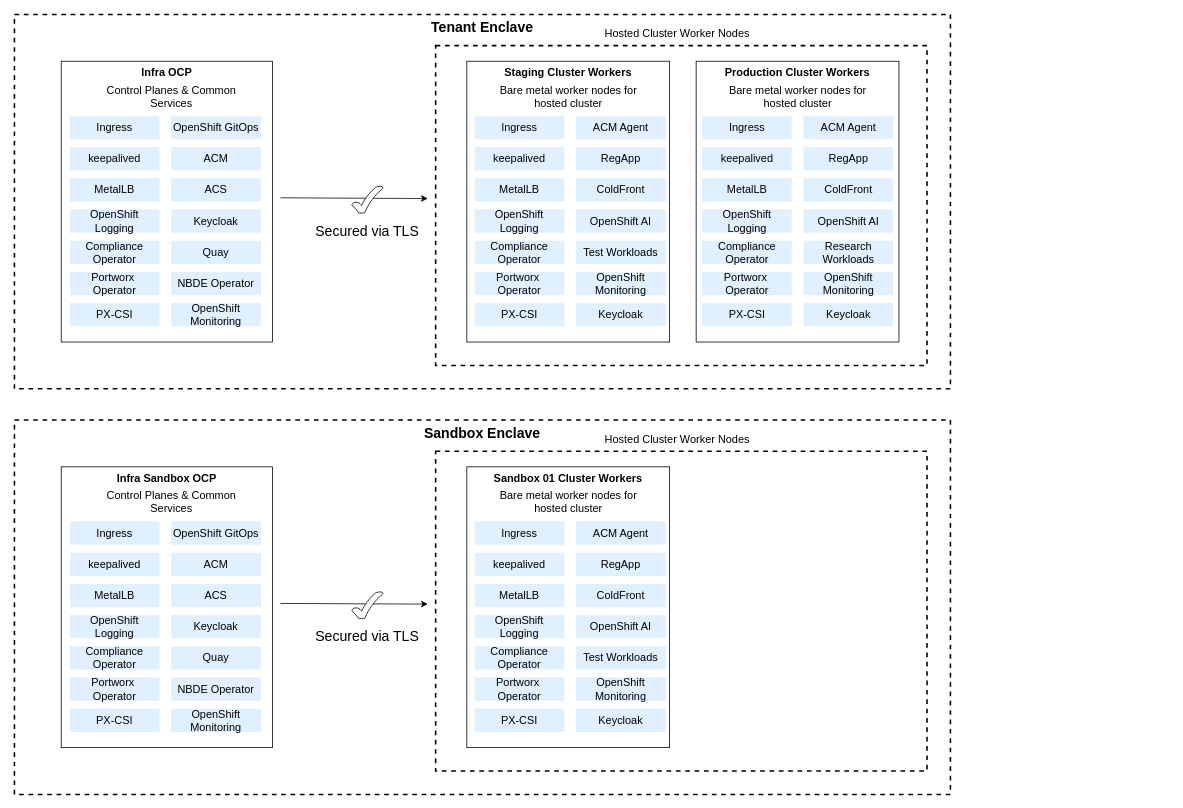
Earlier version of the draw.io diagram page "HCP_Logical_Deployment_Diagram" (1 of 6) of diagrams/architecture-diagrams.drawio (CCI-MOC/ai-ivp). Source tidied: cells renumbered, new cells numbered last; positions are measured from the earlier drawing's top-left corner, leaving out a move shared by most shapes. Both pictures are drawn from the tidied source at 78%, with x=0, y=0 at pixel (14, 14).
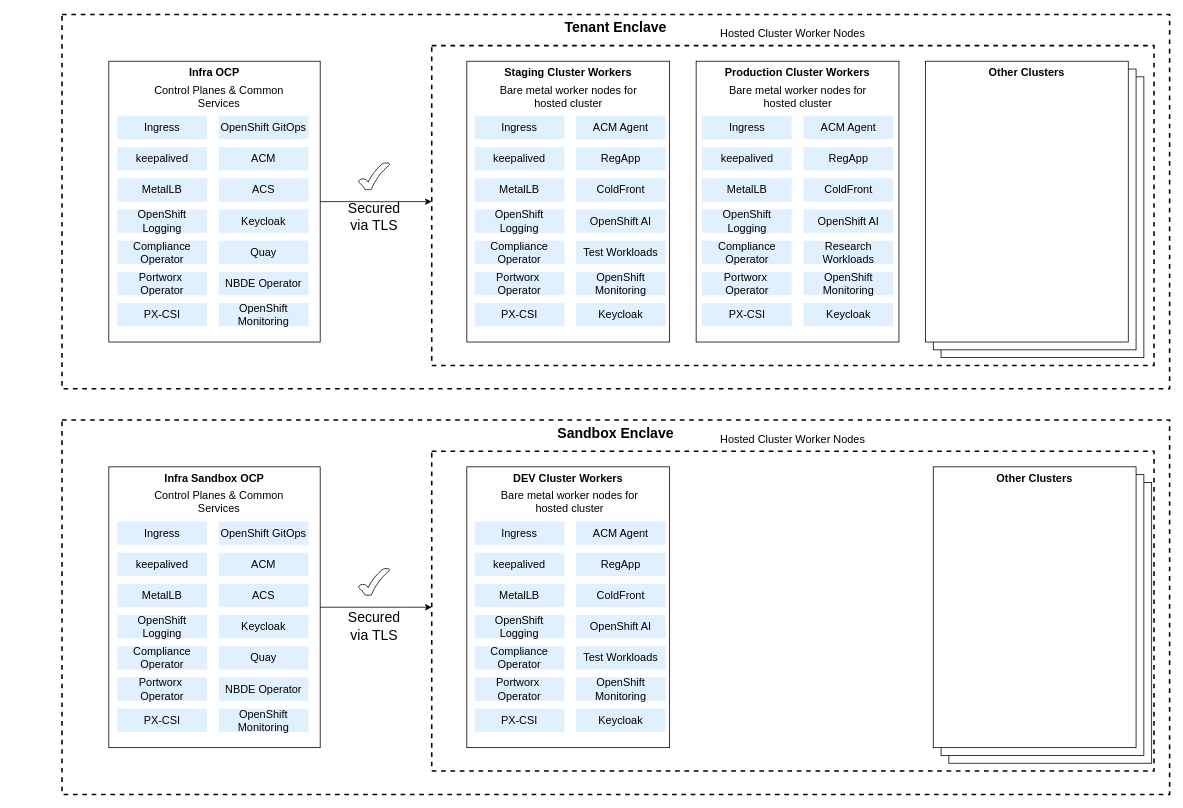
The same page after the edit.

What changed in the source:
```diff
@@
+    <mxCell id="56" value="&lt;b&gt;&lt;font style=&quot;font-size: 18px;&quot;&gt;Sandbox Enclave&lt;/font&gt;&lt;/b&gt;" style="rounded=0;whiteSpace=wrap;html=1;strokeWidth=2;strokeColor=default;dashed=1;fillColor=none;fontSize=14;horizontal=1;verticalAlign=top;" parent="1" vertex="1">
+      <mxGeometry x="61" y="520" width="1420" height="480" as="geometry" />
+    </mxCell>
+    <mxCell id="58" style="rounded=0;whiteSpace=wrap;html=1;strokeWidth=2;strokeColor=default;dashed=1;fillColor=none;fontSize=14;" parent="1" vertex="1">
+      <mxGeometry x="535" y="560" width="926" height="410" as="geometry" />
+    </mxCell>
     <mxCell id="2" value="&lt;b&gt;&lt;font style=&quot;font-size: 18px;&quot;&gt;Tenant Enclave&lt;/font&gt;&lt;/b&gt;" style="rounded=0;whiteSpace=wrap;html=1;strokeWidth=2;strokeColor=default;dashed=1;fillColor=none;fontSize=14;horizontal=1;verticalAlign=top;" parent="1" vertex="1">
-      <mxGeometry width="1200" height="480" as="geometry" />
+      <mxGeometry x="61" width="1420" height="480" as="geometry" />
     </mxCell>
+    <mxCell id="4" style="rounded=0;whiteSpace=wrap;html=1;strokeWidth=2;strokeColor=default;dashed=1;fillColor=none;fontSize=14;" parent="1" vertex="1">
+      <mxGeometry x="535" y="40" width="926" height="410" as="geometry" />
+    </mxCell>
+    <mxCell id="94" style="rounded=0;whiteSpace=wrap;html=1;fontSize=14;horizontal=1;verticalAlign=top;" parent="1" vertex="1">
+      <mxGeometry x="1188" y="80" width="260" height="360" as="geometry" />
+    </mxCell>
+    <mxCell id="95" style="rounded=0;whiteSpace=wrap;html=1;fontSize=14;horizontal=1;verticalAlign=top;" parent="1" vertex="1">
+      <mxGeometry x="1198" y="600" width="260" height="360" as="geometry" />
+    </mxCell>
+    <mxCell id="96" style="rounded=0;whiteSpace=wrap;html=1;fontSize=14;horizontal=1;verticalAlign=top;" parent="1" vertex="1">
+      <mxGeometry x="1188" y="590" width="260" height="360" as="geometry" />
+    </mxCell>
     <mxCell id="3" value="&lt;b&gt;Infra OCP&lt;/b&gt;" style="rounded=0;whiteSpace=wrap;html=1;fontSize=14;horizontal=1;verticalAlign=top;" parent="1" vertex="1">
-      <mxGeometry x="60" y="60" width="271" height="360" as="geometry" />
+      <mxGeometry x="121" y="60" width="271" height="360" as="geometry" />
     </mxCell>
-    <mxCell id="4" style="rounded=0;whiteSpace=wrap;html=1;strokeWidth=2;strokeColor=default;dashed=1;fillColor=none;fontSize=14;" parent="1" vertex="1">
-      <mxGeometry x="540" y="40" width="630" height="410" as="geometry" />
-    </mxCell>
     <mxCell id="5" value="Ingress" style="rounded=0;whiteSpace=wrap;html=1;strokeColor=none;fillColor=#e0f0ff;fontSize=14;" parent="1" vertex="1">
-      <mxGeometry x="71" y="130" width="115" height="30" as="geometry" />
+      <mxGeometry x="132" y="130" width="115" height="30" as="geometry" />
     </mxCell>
     <mxCell id="6" value="keepalived" style="rounded=0;whiteSpace=wrap;html=1;strokeColor=none;fillColor=#e0f0ff;fontSize=14;" parent="1" vertex="1">
-      <mxGeometry x="71" y="170" width="115" height="30" as="geometry" />
+      <mxGeometry x="132" y="170" width="115" height="30" as="geometry" />
     </mxCell>
     <mxCell id="7" value="MetalLB" style="rounded=0;whiteSpace=wrap;html=1;strokeColor=none;fillColor=#e0f0ff;fontSize=14;" parent="1" vertex="1">
-      <mxGeometry x="71" y="210" width="115" height="30" as="geometry" />
+      <mxGeometry x="132" y="210" width="115" height="30" as="geometry" />
     </mxCell>
     <mxCell id="8" value="OpenShift Logging" style="rounded=0;whiteSpace=wrap;html=1;strokeColor=none;fillColor=#e0f0ff;fontSize=14;" parent="1" vertex="1">
-      <mxGeometry x="71" y="250" width="115" height="30" as="geometry" />
+      <mxGeometry x="132" y="250" width="115" height="30" as="geometry" />
     </mxCell>
     <mxCell id="9" value="Compliance Operator" style="rounded=0;whiteSpace=wrap;html=1;strokeColor=none;fillColor=#e0f0ff;fontSize=14;" parent="1" vertex="1">
-      <mxGeometry x="71" y="290" width="115" height="30" as="geometry" />
+      <mxGeometry x="132" y="290" width="115" height="30" as="geometry" />
     </mxCell>
     <mxCell id="10" value="Portworx&amp;nbsp; Operator" style="rounded=0;whiteSpace=wrap;html=1;strokeColor=none;fillColor=#e0f0ff;fontSize=14;" parent="1" vertex="1">
-      <mxGeometry x="71" y="330" width="115" height="30" as="geometry" />
+      <mxGeometry x="132" y="330" width="115" height="30" as="geometry" />
     </mxCell>
     <mxCell id="11" value="PX-CSI" style="rounded=0;whiteSpace=wrap;html=1;strokeColor=none;fillColor=#e0f0ff;fontSize=14;" parent="1" vertex="1">
-      <mxGeometry x="71" y="370" width="115" height="30" as="geometry" />
+      <mxGeometry x="132" y="370" width="115" height="30" as="geometry" />
     </mxCell>
     <mxCell id="12" value="OpenShift GitOps" style="rounded=0;whiteSpace=wrap;html=1;strokeColor=none;fillColor=#e0f0ff;fontSize=14;" parent="1" vertex="1">
-      <mxGeometry x="201" y="130" width="115" height="30" as="geometry" />
+      <mxGeometry x="262" y="130" width="115" height="30" as="geometry" />
     </mxCell>
     <mxCell id="13" value="ACM" style="rounded=0;whiteSpace=wrap;html=1;strokeColor=none;fillColor=#e0f0ff;fontSize=14;" parent="1" vertex="1">
-      <mxGeometry x="201" y="170" width="115" height="30" as="geometry" />
+      <mxGeometry x="262" y="170" width="115" height="30" as="geometry" />
     </mxCell>
     <mxCell id="14" value="ACS" style="rounded=0;whiteSpace=wrap;html=1;strokeColor=none;fillColor=#e0f0ff;fontSize=14;" parent="1" vertex="1">
-      <mxGeometry x="201" y="210" width="115" height="30" as="geometry" />
+      <mxGeometry x="262" y="210" width="115" height="30" as="geometry" />
     </mxCell>
     <mxCell id="15" value="Keycloak" style="rounded=0;whiteSpace=wrap;html=1;strokeColor=none;fillColor=#e0f0ff;fontSize=14;" parent="1" vertex="1">
-      <mxGeometry x="201" y="250" width="115" height="30" as="geometry" />
+      <mxGeometry x="262" y="250" width="115" height="30" as="geometry" />
     </mxCell>
     <mxCell id="16" value="Quay" style="rounded=0;whiteSpace=wrap;html=1;strokeColor=none;fillColor=#e0f0ff;fontSize=14;" parent="1" vertex="1">
-      <mxGeometry x="201" y="290" width="115" height="30" as="geometry" />
+      <mxGeometry x="262" y="290" width="115" height="30" as="geometry" />
     </mxCell>
     <mxCell id="17" value="NBDE Operator" style="rounded=0;whiteSpace=wrap;html=1;strokeColor=none;fillColor=#e0f0ff;fontSize=14;" parent="1" vertex="1">
-      <mxGeometry x="201" y="330" width="115" height="30" as="geometry" />
+      <mxGeometry x="262" y="330" width="115" height="30" as="geometry" />
     </mxCell>
     <mxCell id="18" value="OpenShift Monitoring" style="rounded=0;whiteSpace=wrap;html=1;strokeColor=none;fillColor=#e0f0ff;fontSize=14;" parent="1" vertex="1">
-      <mxGeometry x="201" y="370" width="115" height="30" as="geometry" />
+      <mxGeometry x="262" y="370" width="115" height="30" as="geometry" />
     </mxCell>
@@
-    <mxCell id="47" style="edgeStyle=orthogonalEdgeStyle;rounded=0;orthogonalLoop=1;jettySize=auto;html=1;" parent="1" edge="1">
+    <mxCell id="47" style="edgeStyle=orthogonalEdgeStyle;rounded=0;jettySize=auto;html=1;exitX=1;exitY=0.5;exitDx=0;exitDy=0;" parent="1" edge="1" source="3" target="4">
       <mxGeometry relative="1" as="geometry">
-        <mxPoint x="341" y="235.1" as="sourcePoint" />
-        <mxPoint x="530" y="236" as="targetPoint" />
+        <Array as="points">
+          <mxPoint x="501" y="240" />
+          <mxPoint x="501" y="240" />
+        </Array>
       </mxGeometry>
     </mxCell>
-    <mxCell id="48" value="&lt;font style=&quot;font-size: 18px;&quot;&gt;Secured via TLS&lt;br&gt;&lt;/font&gt;" style="text;html=1;align=center;verticalAlign=middle;whiteSpace=wrap;rounded=0;" parent="1" vertex="1">
-      <mxGeometry x="350" y="263" width="205" height="30" as="geometry" />
+    <mxCell id="48" value="&lt;font style=&quot;font-size: 18px;&quot;&gt;Secured&lt;br&gt;via TLS&lt;br&gt;&lt;/font&gt;" style="text;html=1;align=center;verticalAlign=middle;whiteSpace=wrap;rounded=0;" parent="1" vertex="1">
+      <mxGeometry x="358.5" y="245" width="205" height="30" as="geometry" />
     </mxCell>
     <mxCell id="49" style="verticalLabelPosition=bottom;verticalAlign=top;html=1;shape=mxgraph.basic.tick;" parent="1" vertex="1">
-      <mxGeometry x="432.5" y="220" width="40" height="35" as="geometry" />
+      <mxGeometry x="441" y="190" width="40" height="35" as="geometry" />
     </mxCell>
     <mxCell id="50" value="&lt;font style=&quot;&quot;&gt;&lt;font style=&quot;font-size: 14px;&quot;&gt;Control Planes &amp;amp; Common Services&lt;/font&gt;&lt;br&gt;&lt;/font&gt;" style="text;html=1;align=center;verticalAlign=middle;whiteSpace=wrap;rounded=0;" parent="1" vertex="1">
-      <mxGeometry x="98.5" y="90" width="205" height="30" as="geometry" />
+      <mxGeometry x="159.5" y="90" width="205" height="30" as="geometry" />
     </mxCell>
     <mxCell id="51" value="&lt;font style=&quot;font-size: 14px;&quot;&gt;Hosted Cluster Worker Nodes&lt;/font&gt;" style="text;html=1;align=center;verticalAlign=middle;whiteSpace=wrap;rounded=0;" parent="1" vertex="1">
-      <mxGeometry x="660" y="10" width="380" height="30" as="geometry" />
+      <mxGeometry x="808" y="10" width="380" height="30" as="geometry" />
     </mxCell>
@@
-    <mxCell id="56" value="&lt;b&gt;&lt;font style=&quot;font-size: 18px;&quot;&gt;Sandbox Enclave&lt;/font&gt;&lt;/b&gt;" style="rounded=0;whiteSpace=wrap;html=1;strokeWidth=2;strokeColor=default;dashed=1;fillColor=none;fontSize=14;horizontal=1;verticalAlign=top;" parent="1" vertex="1">
-      <mxGeometry y="520" width="1200" height="480" as="geometry" />
-    </mxCell>
     <mxCell id="57" value="&lt;b&gt;Infra Sandbox OCP&lt;/b&gt;" style="rounded=0;whiteSpace=wrap;html=1;fontSize=14;horizontal=1;verticalAlign=top;" parent="1" vertex="1">
-      <mxGeometry x="60" y="580" width="271" height="360" as="geometry" />
+      <mxGeometry x="121" y="580" width="271" height="360" as="geometry" />
     </mxCell>
-    <mxCell id="58" style="rounded=0;whiteSpace=wrap;html=1;strokeWidth=2;strokeColor=default;dashed=1;fillColor=none;fontSize=14;" parent="1" vertex="1">
-      <mxGeometry x="540" y="560" width="630" height="410" as="geometry" />
-    </mxCell>
     <mxCell id="59" value="Ingress" style="rounded=0;whiteSpace=wrap;html=1;strokeColor=none;fillColor=#e0f0ff;fontSize=14;" parent="1" vertex="1">
-      <mxGeometry x="71" y="650" width="115" height="30" as="geometry" />
+      <mxGeometry x="132" y="650" width="115" height="30" as="geometry" />
     </mxCell>
     <mxCell id="60" value="keepalived" style="rounded=0;whiteSpace=wrap;html=1;strokeColor=none;fillColor=#e0f0ff;fontSize=14;" parent="1" vertex="1">
-      <mxGeometry x="71" y="690" width="115" height="30" as="geometry" />
+      <mxGeometry x="132" y="690" width="115" height="30" as="geometry" />
     </mxCell>
     <mxCell id="61" value="MetalLB" style="rounded=0;whiteSpace=wrap;html=1;strokeColor=none;fillColor=#e0f0ff;fontSize=14;" parent="1" vertex="1">
-      <mxGeometry x="71" y="730" width="115" height="30" as="geometry" />
+      <mxGeometry x="132" y="730" width="115" height="30" as="geometry" />
     </mxCell>
     <mxCell id="62" value="OpenShift Logging" style="rounded=0;whiteSpace=wrap;html=1;strokeColor=none;fillColor=#e0f0ff;fontSize=14;" parent="1" vertex="1">
-      <mxGeometry x="71" y="770" width="115" height="30" as="geometry" />
+      <mxGeometry x="132" y="770" width="115" height="30" as="geometry" />
     </mxCell>
     <mxCell id="63" value="Compliance Operator" style="rounded=0;whiteSpace=wrap;html=1;strokeColor=none;fillColor=#e0f0ff;fontSize=14;" parent="1" vertex="1">
-      <mxGeometry x="71" y="810" width="115" height="30" as="geometry" />
+      <mxGeometry x="132" y="810" width="115" height="30" as="geometry" />
     </mxCell>
     <mxCell id="64" value="Portworx&amp;nbsp; Operator" style="rounded=0;whiteSpace=wrap;html=1;strokeColor=none;fillColor=#e0f0ff;fontSize=14;" parent="1" vertex="1">
-      <mxGeometry x="71" y="850" width="115" height="30" as="geometry" />
+      <mxGeometry x="132" y="850" width="115" height="30" as="geometry" />
     </mxCell>
     <mxCell id="65" value="PX-CSI" style="rounded=0;whiteSpace=wrap;html=1;strokeColor=none;fillColor=#e0f0ff;fontSize=14;" parent="1" vertex="1">
-      <mxGeometry x="71" y="890" width="115" height="30" as="geometry" />
+      <mxGeometry x="132" y="890" width="115" height="30" as="geometry" />
     </mxCell>
     <mxCell id="66" value="OpenShift GitOps" style="rounded=0;whiteSpace=wrap;html=1;strokeColor=none;fillColor=#e0f0ff;fontSize=14;" parent="1" vertex="1">
-      <mxGeometry x="201" y="650" width="115" height="30" as="geometry" />
+      <mxGeometry x="262" y="650" width="115" height="30" as="geometry" />
     </mxCell>
     <mxCell id="67" value="ACM" style="rounded=0;whiteSpace=wrap;html=1;strokeColor=none;fillColor=#e0f0ff;fontSize=14;" parent="1" vertex="1">
-      <mxGeometry x="201" y="690" width="115" height="30" as="geometry" />
+      <mxGeometry x="262" y="690" width="115" height="30" as="geometry" />
     </mxCell>
     <mxCell id="68" value="ACS" style="rounded=0;whiteSpace=wrap;html=1;strokeColor=none;fillColor=#e0f0ff;fontSize=14;" parent="1" vertex="1">
-      <mxGeometry x="201" y="730" width="115" height="30" as="geometry" />
+      <mxGeometry x="262" y="730" width="115" height="30" as="geometry" />
     </mxCell>
     <mxCell id="69" value="Keycloak" style="rounded=0;whiteSpace=wrap;html=1;strokeColor=none;fillColor=#e0f0ff;fontSize=14;" parent="1" vertex="1">
-      <mxGeometry x="201" y="770" width="115" height="30" as="geometry" />
+      <mxGeometry x="262" y="770" width="115" height="30" as="geometry" />
     </mxCell>
     <mxCell id="70" value="Quay" style="rounded=0;whiteSpace=wrap;html=1;strokeColor=none;fillColor=#e0f0ff;fontSize=14;" parent="1" vertex="1">
-      <mxGeometry x="201" y="810" width="115" height="30" as="geometry" />
+      <mxGeometry x="262" y="810" width="115" height="30" as="geometry" />
     </mxCell>
     <mxCell id="71" value="NBDE Operator" style="rounded=0;whiteSpace=wrap;html=1;strokeColor=none;fillColor=#e0f0ff;fontSize=14;" parent="1" vertex="1">
-      <mxGeometry x="201" y="850" width="115" height="30" as="geometry" />
+      <mxGeometry x="262" y="850" width="115" height="30" as="geometry" />
     </mxCell>
     <mxCell id="72" value="OpenShift Monitoring" style="rounded=0;whiteSpace=wrap;html=1;strokeColor=none;fillColor=#e0f0ff;fontSize=14;" parent="1" vertex="1">
-      <mxGeometry x="201" y="890" width="115" height="30" as="geometry" />
+      <mxGeometry x="262" y="890" width="115" height="30" as="geometry" />
     </mxCell>
-    <mxCell id="73" value="&lt;b&gt;Sandbox 01 Cluster Workers&lt;/b&gt;" style="rounded=0;whiteSpace=wrap;html=1;fontSize=14;horizontal=1;verticalAlign=top;" parent="1" vertex="1">
+    <mxCell id="73" value="&lt;b&gt;DEV Cluster Workers&lt;/b&gt;" style="rounded=0;whiteSpace=wrap;html=1;fontSize=14;horizontal=1;verticalAlign=top;" parent="1" vertex="1">
       <mxGeometry x="580" y="580" width="260" height="360" as="geometry" />
     </mxCell>
@@
-    <mxCell id="87" style="edgeStyle=orthogonalEdgeStyle;rounded=0;orthogonalLoop=1;jettySize=auto;html=1;" parent="1" edge="1">
+    <mxCell id="87" style="edgeStyle=orthogonalEdgeStyle;rounded=0;jettySize=auto;html=1;exitX=1;exitY=0.5;exitDx=0;exitDy=0;" parent="1" edge="1" source="57" target="58">
       <mxGeometry relative="1" as="geometry">
-        <mxPoint x="341" y="755.1" as="sourcePoint" />
-        <mxPoint x="530" y="756" as="targetPoint" />
+        <Array as="points">
+          <mxPoint x="501" y="760" />
+          <mxPoint x="501" y="760" />
+        </Array>
       </mxGeometry>
     </mxCell>
-    <mxCell id="88" value="&lt;font style=&quot;font-size: 18px;&quot;&gt;Secured via TLS&lt;br&gt;&lt;/font&gt;" style="text;html=1;align=center;verticalAlign=middle;whiteSpace=wrap;rounded=0;" parent="1" vertex="1">
-      <mxGeometry x="350" y="783" width="205" height="30" as="geometry" />
+    <mxCell id="88" value="&lt;font style=&quot;font-size: 18px;&quot;&gt;Secured&lt;br&gt;via TLS&lt;br&gt;&lt;/font&gt;" style="text;html=1;align=center;verticalAlign=middle;whiteSpace=wrap;rounded=0;" parent="1" vertex="1">
+      <mxGeometry x="358.5" y="770" width="205" height="30" as="geometry" />
     </mxCell>
     <mxCell id="89" style="verticalLabelPosition=bottom;verticalAlign=top;html=1;shape=mxgraph.basic.tick;" parent="1" vertex="1">
-      <mxGeometry x="432.5" y="740" width="40" height="35" as="geometry" />
+      <mxGeometry x="441" y="710" width="40" height="35" as="geometry" />
     </mxCell>
     <mxCell id="90" value="&lt;font style=&quot;&quot;&gt;&lt;font style=&quot;font-size: 14px;&quot;&gt;Control Planes &amp;amp; Common Services&lt;/font&gt;&lt;br&gt;&lt;/font&gt;" style="text;html=1;align=center;verticalAlign=middle;whiteSpace=wrap;rounded=0;" parent="1" vertex="1">
-      <mxGeometry x="98.5" y="610" width="205" height="30" as="geometry" />
+      <mxGeometry x="159.5" y="610" width="205" height="30" as="geometry" />
     </mxCell>
     <mxCell id="91" value="&lt;font style=&quot;font-size: 14px;&quot;&gt;Hosted Cluster Worker Nodes&lt;/font&gt;" style="text;html=1;align=center;verticalAlign=middle;whiteSpace=wrap;rounded=0;" parent="1" vertex="1">
-      <mxGeometry x="660" y="530" width="380" height="30" as="geometry" />
+      <mxGeometry x="808" y="530" width="380" height="30" as="geometry" />
     </mxCell>
@@
     <mxCell id="93" value="&lt;font style=&quot;&quot;&gt;&lt;font style=&quot;font-size: 14px;&quot;&gt;Bare metal worker nodes for hosted cluster&lt;/font&gt;&lt;br&gt;&lt;/font&gt;" style="text;html=1;align=center;verticalAlign=middle;whiteSpace=wrap;rounded=0;" parent="1" vertex="1">
-      <mxGeometry x="607.5" y="610" width="205" height="30" as="geometry" />
+      <mxGeometry x="611" y="610" width="201.5" height="30" as="geometry" />
     </mxCell>
+    <mxCell id="97" value="&lt;b&gt;Other Clusters&lt;/b&gt;" style="rounded=0;whiteSpace=wrap;html=1;fontSize=14;horizontal=1;verticalAlign=top;" parent="1" vertex="1">
+      <mxGeometry x="1178" y="580" width="260" height="360" as="geometry" />
+    </mxCell>
+    <mxCell id="98" style="rounded=0;whiteSpace=wrap;html=1;fontSize=14;horizontal=1;verticalAlign=top;" parent="1" vertex="1">
+      <mxGeometry x="1178" y="70" width="260" height="360" as="geometry" />
+    </mxCell>
+    <mxCell id="99" value="&lt;b&gt;Other Clusters&lt;/b&gt;" style="rounded=0;whiteSpace=wrap;html=1;fontSize=14;horizontal=1;verticalAlign=top;" parent="1" vertex="1">
+      <mxGeometry x="1168" y="60" width="260" height="360" as="geometry" />
+    </mxCell>
```
